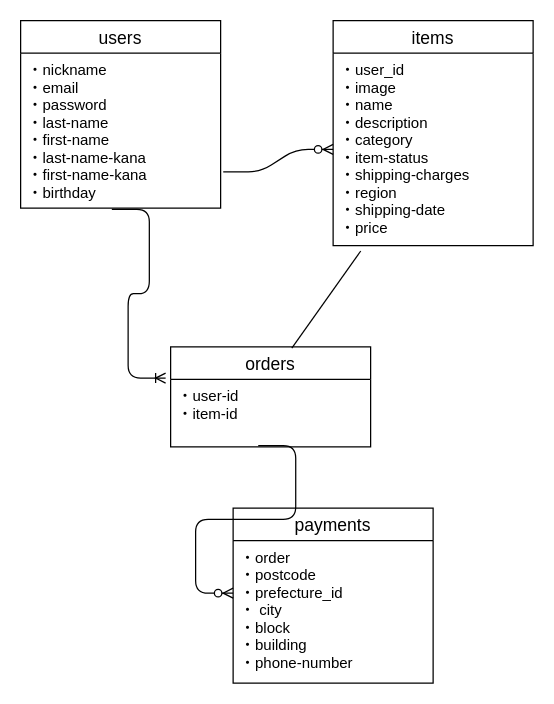
Before: ER.dio in pontsuyo4423/furima-40296, a draw.io diagram. Source tidied: cells renumbered, new cells numbered last; positions are measured from the earlier drawing's top-left corner, leaving out a move shared by most shapes. Both pictures are drawn from the tidied source at 125%, with x=0, y=0 at pixel (20, 20).
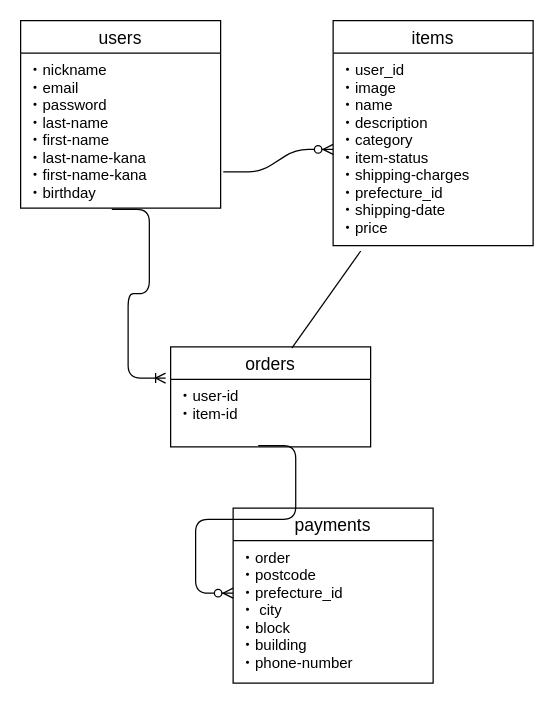
The same diagram, later.

Diff of the diagram source:
```diff
@@
 <mxGraphModel>
   <root>
     <mxCell id="0" />
     <mxCell id="1" parent="0" />
     <mxCell id="2" value="users" style="swimlane;fontStyle=0;horizontal=1;startSize=26;align=center;fontSize=14;" parent="1" vertex="1">
       <mxGeometry width="160" height="150" as="geometry" />
     </mxCell>
     <mxCell id="3" value="・nickname&#10;・email&#10;・password&#10;・last-name&#10;・first-name&#10;・last-name-kana&#10;・first-name-kana&#10;・birthday" style="text;strokeColor=none;fillColor=none;spacingLeft=4;spacingRight=4;overflow=hidden;points=[[0,0.5],[1,0.5]];portConstraint=eastwest;fontSize=12;" parent="2" vertex="1">
       <mxGeometry y="26" width="160" height="124" as="geometry" />
     </mxCell>
     <mxCell id="4" value="items" style="swimlane;fontStyle=0;horizontal=1;startSize=26;align=center;fontSize=14;" parent="1" vertex="1">
       <mxGeometry x="250" width="160" height="180" as="geometry" />
     </mxCell>
-    <mxCell id="5" value="・user_id&#10;・image&#10;・name&#10;・description&#10;・category&#10;・item-status&#10;・shipping-charges&#10;・region&#10;・shipping-date&#10;・price" style="text;strokeColor=none;fillColor=none;spacingLeft=4;spacingRight=4;overflow=hidden;points=[[0,0.5],[1,0.5]];portConstraint=eastwest;fontSize=12;" parent="4" vertex="1">
+    <mxCell id="5" value="・user_id&#10;・image&#10;・name&#10;・description&#10;・category&#10;・item-status&#10;・shipping-charges&#10;・prefecture_id&#10;・shipping-date&#10;・price" style="text;strokeColor=none;fillColor=none;spacingLeft=4;spacingRight=4;overflow=hidden;points=[[0,0.5],[1,0.5]];portConstraint=eastwest;fontSize=12;" parent="4" vertex="1">
       <mxGeometry y="26" width="160" height="154" as="geometry" />
     </mxCell>
     <mxCell id="6" style="edgeStyle=entityRelationEdgeStyle;fontSize=12;html=1;endArrow=ERzeroToMany;endFill=1;exitX=1.013;exitY=0.766;exitDx=0;exitDy=0;exitPerimeter=0;entryX=0;entryY=0.5;entryDx=0;entryDy=0;" parent="1" edge="1" source="3" target="5">
       <mxGeometry relative="1" as="geometry" />
     </mxCell>
     <mxCell id="7" value="orders" style="swimlane;fontStyle=0;horizontal=1;startSize=26;align=center;fontSize=14;" parent="1" vertex="1">
       <mxGeometry x="120" y="261" width="160" height="80" as="geometry" />
     </mxCell>
     <mxCell id="8" value="・user-id&#10;・item-id" style="text;strokeColor=none;fillColor=none;spacingLeft=4;spacingRight=4;overflow=hidden;points=[[0,0.5],[1,0.5]];portConstraint=eastwest;fontSize=12;" parent="7" vertex="1">
       <mxGeometry y="26" width="160" height="54" as="geometry" />
     </mxCell>
     <mxCell id="9" style="edgeStyle=entityRelationEdgeStyle;fontSize=12;html=1;endArrow=ERoneToMany;exitX=0.456;exitY=1.008;exitDx=0;exitDy=0;exitPerimeter=0;entryX=-0.025;entryY=-0.019;entryDx=0;entryDy=0;entryPerimeter=0;" parent="1" edge="1" source="3" target="8">
       <mxGeometry relative="1" as="geometry" />
     </mxCell>
     <mxCell id="10" style="endArrow=none;html=1;rounded=0;entryX=0.138;entryY=1.028;entryDx=0;entryDy=0;entryPerimeter=0;exitX=0.606;exitY=0.013;exitDx=0;exitDy=0;exitPerimeter=0;" parent="1" edge="1" source="7" target="5">
       <mxGeometry relative="1" as="geometry" />
     </mxCell>
     <mxCell id="11" value="payments" style="swimlane;fontStyle=0;horizontal=1;startSize=26;align=center;fontSize=14;" parent="1" vertex="1">
       <mxGeometry x="170" y="390" width="160" height="140" as="geometry" />
     </mxCell>
     <mxCell id="12" value="・order&#10;・postcode&#10;・prefecture_id&#10;・ city&#10;・block&#10;・building&#10;・phone-number" style="text;strokeColor=none;fillColor=none;spacingLeft=4;spacingRight=4;overflow=hidden;fontSize=12;" parent="11" vertex="1">
       <mxGeometry y="26" width="160" height="114" as="geometry" />
     </mxCell>
     <mxCell id="13" style="edgeStyle=entityRelationEdgeStyle;fontSize=12;html=1;endArrow=ERzeroToMany;endFill=1;exitX=0.438;exitY=0.981;exitDx=0;exitDy=0;exitPerimeter=0;" parent="1" edge="1" source="8">
       <mxGeometry relative="1" as="geometry">
         <mxPoint x="170" y="458" as="targetPoint" />
       </mxGeometry>
     </mxCell>
   </root>
 </mxGraphModel>
```
